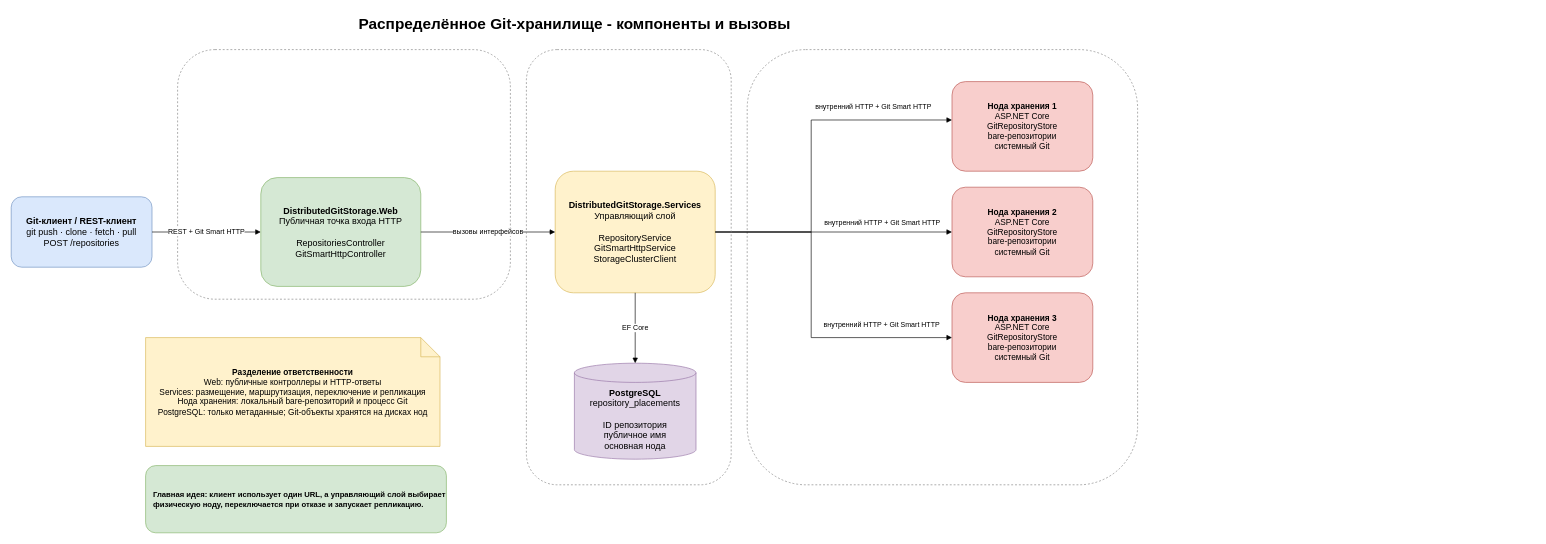
This is page "1. Архитектура" (1 of 4) of docs/distributed-git-storage.drawio from the-mixtape/distributed-git-storage-mvp, a draw.io file, before an edit. Source tidied: cells renumbered, new cells numbered last; positions are measured from the earlier drawing's top-left corner, leaving out a move shared by most shapes. Both pictures are drawn from the tidied source at 64%, with x=0, y=0 at pixel (11, 11).
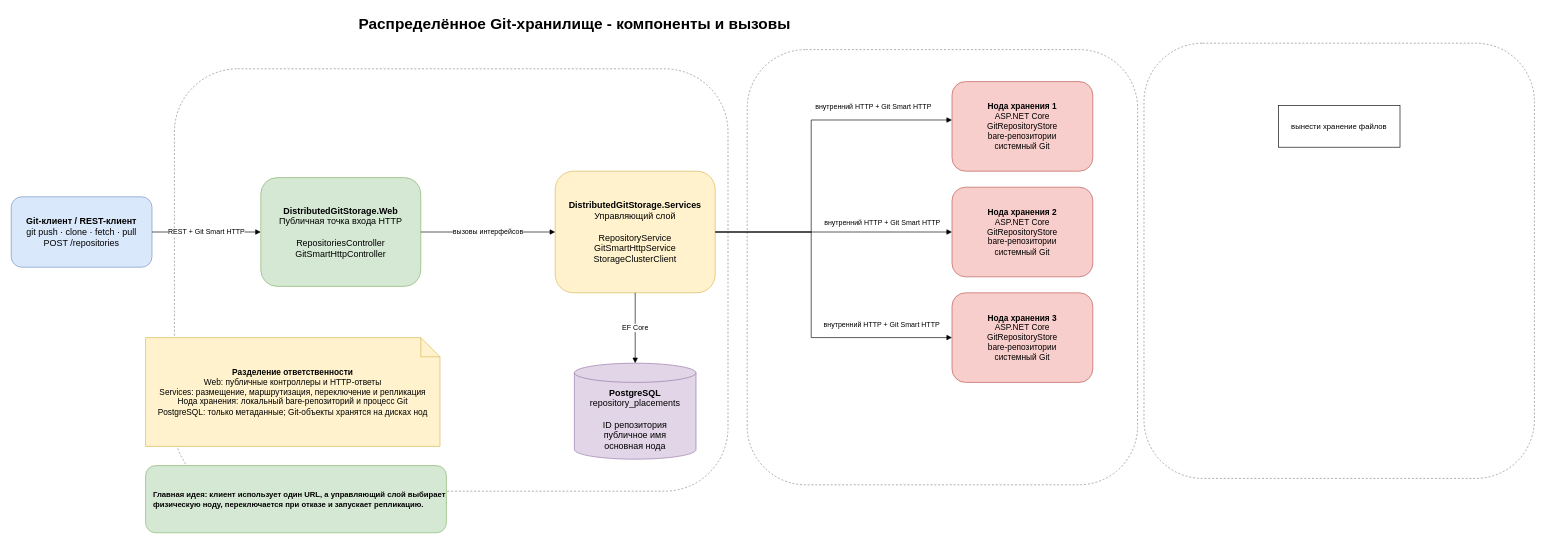
Above is the later version.

What changed in the source:
```diff
@@
+    <mxCell id="21" style="rounded=1;whiteSpace=wrap;html=1;fillColor=none;strokeColor=#808080;dashed=1;fontStyle=1;fontSize=13;" parent="1" vertex="1">
+      <mxGeometry x="1770" y="50" width="610" height="680" as="geometry" />
+    </mxCell>
     <mxCell id="2" style="rounded=1;whiteSpace=wrap;html=1;fillColor=none;strokeColor=#808080;dashed=1;fontStyle=1;fontSize=13;" parent="1" vertex="1">
-      <mxGeometry x="260" y="60" width="520" height="390" as="geometry" />
+      <mxGeometry x="255" y="90" width="865" height="660" as="geometry" />
     </mxCell>
@@
-    <mxCell id="20" style="rounded=1;whiteSpace=wrap;html=1;fillColor=none;strokeColor=#808080;dashed=1;fontStyle=1;fontSize=13;" parent="1" vertex="1">
-      <mxGeometry x="805" y="60" width="320" height="680" as="geometry" />
-    </mxCell>
+    <mxCell id="22" value="вынести хранение файлов" style="rounded=0;whiteSpace=wrap;html=1;" parent="1" vertex="1">
+      <mxGeometry x="1980" y="147.5" width="190" height="65" as="geometry" />
+    </mxCell>
```
